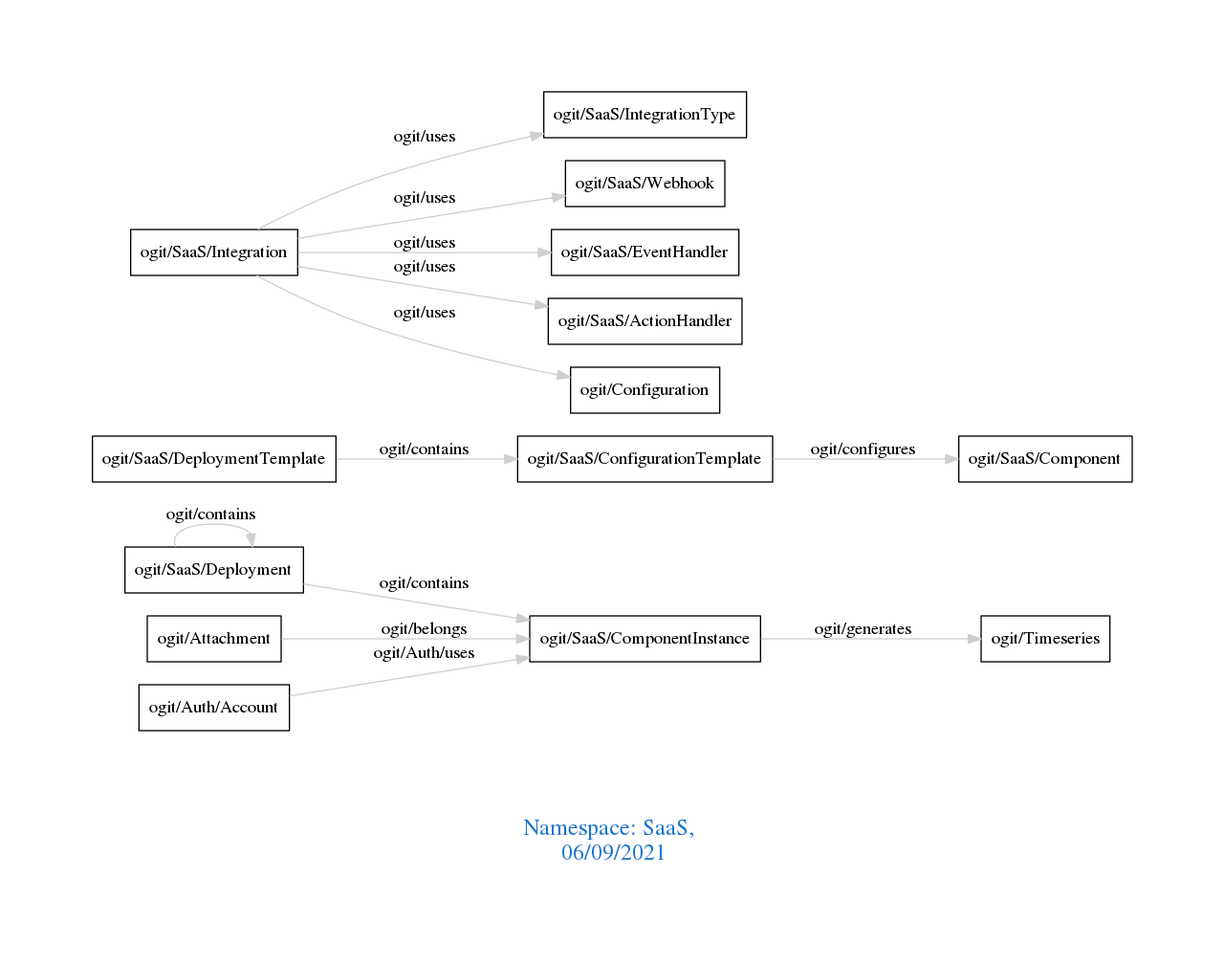
arago/OGIT keeps this Graphviz diagram as downloads/SaaS.png. Above is the earlier version. Its source is kept beside it as downloads/SaaS.dot.
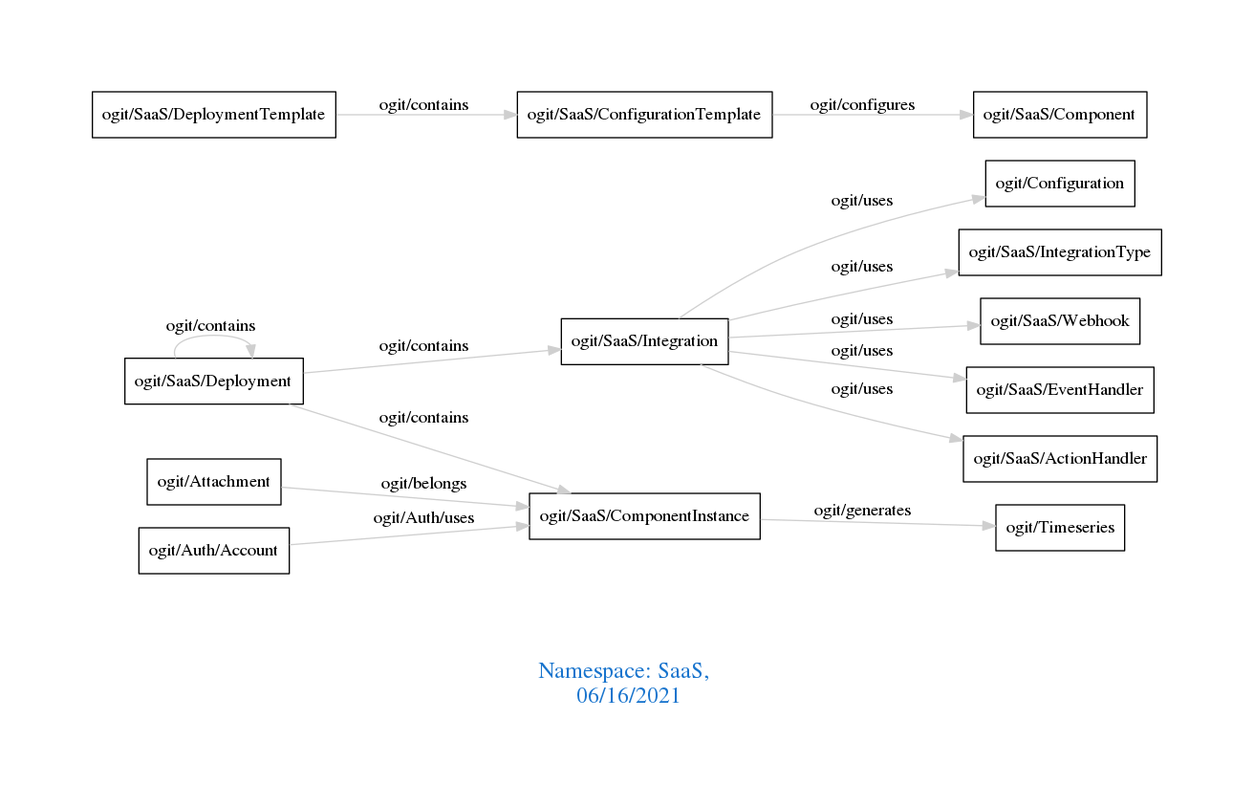
After the change.

Diff of the diagram source:
```diff
@@ -1,11 +1,12 @@
 digraph OGIT_ontology {
  graph [ rankdir= LR,pad=1
 fontsize = 18,
-fontcolor= dodgerblue3,label = "\n\n\nNamespace: SaaS, \n 06/09/2021"];
+fontcolor= dodgerblue3,label = "\n\n\nNamespace: SaaS, \n 06/16/2021"];
 node[shape=polygon];
 edge [  color="gray81"];
 
    "ogit/SaaS/Deployment" -> "ogit/SaaS/ComponentInstance" [label="   ogit/contains    "];
+   "ogit/SaaS/Deployment" -> "ogit/SaaS/Integration" [label="   ogit/contains    "];
    "ogit/SaaS/DeploymentTemplate" -> "ogit/SaaS/ConfigurationTemplate" [label="   ogit/contains    "];
    "ogit/SaaS/ComponentInstance" -> "ogit/Timeseries" [label="   ogit/generates    "];
    "ogit/SaaS/ConfigurationTemplate" -> "ogit/SaaS/Component" [label="   ogit/configures    "];
```
